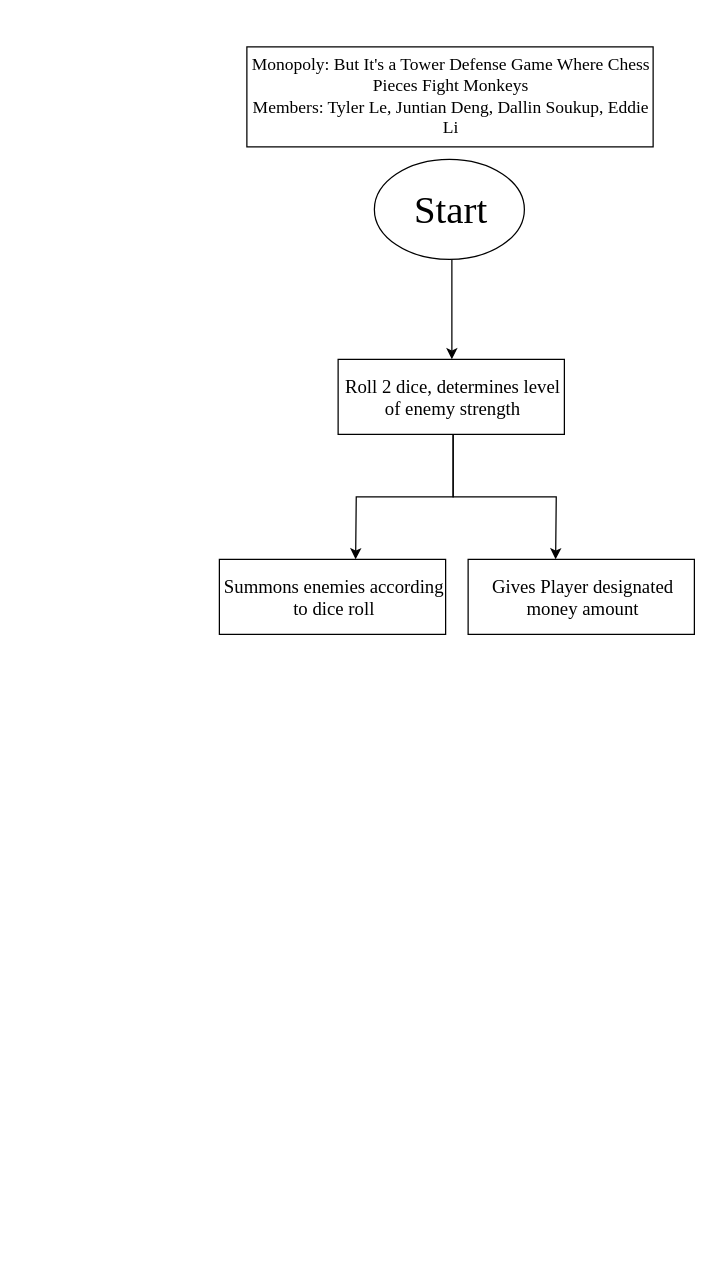
Before: images/class diagram.drawio in TylerLeCmd/MonopoLoonsChessTD6, a draw.io diagram. Source tidied: cells renumbered, new cells numbered last; positions are measured from the earlier drawing's top-left corner, leaving out a move shared by most shapes. Both pictures are drawn from the tidied source at 125%, with x=0, y=0 at pixel (219, 46).
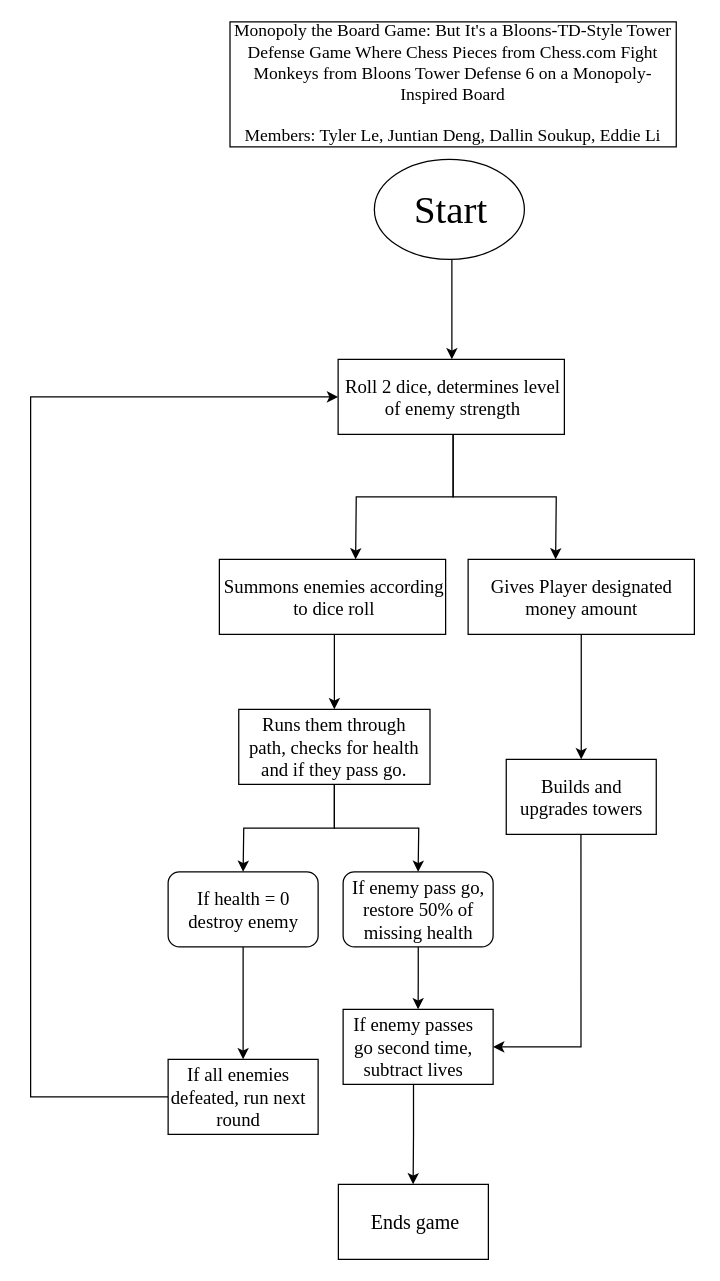
The same page after the edit.

The change refers to these unchanged cells:
```xml
<mxCell id="10" value="&lt;font style=&quot;font-size: 15px;&quot; face=&quot;Times New Roman&quot;&gt;Roll 2 dice, determines level of enemy strength&lt;/font&gt;" style="text;html=1;strokeColor=none;fillColor=none;align=center;verticalAlign=middle;whiteSpace=wrap;rounded=0;" parent="1" vertex="1">
  <mxGeometry x="95" y="250" width="184" height="60" as="geometry" />
</mxCell>
<mxCell id="12" value="&lt;font face=&quot;Times New Roman&quot;&gt;&lt;span style=&quot;font-size: 15px;&quot;&gt;Summons enemies according to dice roll&lt;/span&gt;&lt;/font&gt;" style="text;html=1;strokeColor=none;fillColor=none;align=center;verticalAlign=middle;whiteSpace=wrap;rounded=0;" parent="1" vertex="1">
  <mxGeometry y="410" width="184" height="60" as="geometry" />
</mxCell>
```

Change to the diagram source:
```diff
@@
     <mxCell id="2" style="rounded=0;whiteSpace=wrap;html=1;" parent="1" vertex="1">
-      <mxGeometry x="22" width="325" height="80" as="geometry" />
+      <mxGeometry x="8.5" y="-20" width="357" height="100" as="geometry" />
     </mxCell>
-    <mxCell id="3" value="&lt;font face=&quot;Times New Roman&quot; style=&quot;font-size: 14px;&quot;&gt;Monopoly: But It's a Tower Defense Game Where Chess Pieces Fight Monkeys&lt;br&gt;Members: Tyler Le, Juntian Deng, Dallin Soukup, Eddie Li&lt;/font&gt;" style="text;html=1;strokeColor=none;fillColor=none;align=center;verticalAlign=middle;whiteSpace=wrap;rounded=0;" parent="1" vertex="1">
-      <mxGeometry x="22" width="327" height="80" as="geometry" />
+    <mxCell id="3" value="&lt;font face=&quot;Times New Roman&quot; style=&quot;font-size: 14px;&quot;&gt;Monopoly the Board Game: But It's a Bloons-TD-Style Tower Defense Game Where Chess Pieces from Chess.com Fight Monkeys from Bloons Tower Defense 6 on a Monopoly-Inspired Board&lt;br&gt;&lt;br&gt;Members: Tyler Le, Juntian Deng, Dallin Soukup, Eddie Li&lt;/font&gt;" style="text;html=1;strokeColor=none;fillColor=none;align=center;verticalAlign=middle;whiteSpace=wrap;rounded=0;" parent="1" vertex="1">
+      <mxGeometry x="9.2" y="-10" width="355.5" height="80" as="geometry" />
     </mxCell>
@@
+    <mxCell id="15" style="endArrow=classic;html=1;rounded=0;exitX=0.5;exitY=1;exitDx=0;exitDy=0;" parent="1" edge="1" source="12">
+      <mxGeometry relative="1" as="geometry">
+        <mxPoint x="92" y="530" as="targetPoint" />
+      </mxGeometry>
+    </mxCell>
+    <mxCell id="16" style="rounded=0;whiteSpace=wrap;html=1;" parent="1" vertex="1">
+      <mxGeometry x="15.5" y="530" width="153" height="60" as="geometry" />
+    </mxCell>
+    <mxCell id="17" style="edgeStyle=orthogonalEdgeStyle;rounded=0;jettySize=auto;html=1;" parent="1" edge="1" source="14">
+      <mxGeometry relative="1" as="geometry">
+        <mxPoint x="289.5" y="570" as="targetPoint" />
+      </mxGeometry>
+    </mxCell>
     <mxCell id="14" value="&lt;font face=&quot;Times New Roman&quot;&gt;&lt;span style=&quot;font-size: 15px;&quot;&gt;Gives Player designated money amount&lt;/span&gt;&lt;/font&gt;" style="text;html=1;strokeColor=none;fillColor=none;align=center;verticalAlign=middle;whiteSpace=wrap;rounded=0;" parent="1" vertex="1">
-      <mxGeometry x="199" y="410" width="184" height="60" as="geometry" />
+      <mxGeometry x="197.5" y="410" width="184" height="60" as="geometry" />
     </mxCell>
+    <mxCell id="18" style="edgeStyle=orthogonalEdgeStyle;rounded=0;jettySize=auto;html=1;" parent="1" edge="1" source="20">
+      <mxGeometry relative="1" as="geometry">
+        <mxPoint x="19" y="660" as="targetPoint" />
+      </mxGeometry>
+    </mxCell>
+    <mxCell id="19" style="edgeStyle=orthogonalEdgeStyle;rounded=0;jettySize=auto;html=1;exitX=0.5;exitY=1;exitDx=0;exitDy=0;" parent="1" edge="1" source="20">
+      <mxGeometry relative="1" as="geometry">
+        <mxPoint x="159" y="660" as="targetPoint" />
+      </mxGeometry>
+    </mxCell>
+    <mxCell id="20" value="&lt;font face=&quot;Times New Roman&quot;&gt;&lt;span style=&quot;font-size: 15px;&quot;&gt;Runs them through path, checks for health and if they pass go.&lt;/span&gt;&lt;/font&gt;" style="text;html=1;strokeColor=none;fillColor=none;align=center;verticalAlign=middle;whiteSpace=wrap;rounded=0;" parent="1" vertex="1">
+      <mxGeometry x="17" y="530" width="150" height="60" as="geometry" />
+    </mxCell>
+    <mxCell id="21" style="rounded=1;whiteSpace=wrap;html=1;" parent="1" vertex="1">
+      <mxGeometry x="-41" y="660" width="120" height="60" as="geometry" />
+    </mxCell>
+    <mxCell id="22" style="edgeStyle=orthogonalEdgeStyle;rounded=0;jettySize=auto;html=1;" parent="1" edge="1" source="23">
+      <mxGeometry relative="1" as="geometry">
+        <mxPoint x="19" y="810" as="targetPoint" />
+      </mxGeometry>
+    </mxCell>
+    <mxCell id="23" value="&lt;font face=&quot;Times New Roman&quot;&gt;&lt;span style=&quot;font-size: 15px;&quot;&gt;If health = 0&lt;br&gt;destroy enemy&lt;br&gt;&lt;/span&gt;&lt;/font&gt;" style="text;html=1;strokeColor=none;fillColor=none;align=center;verticalAlign=middle;whiteSpace=wrap;rounded=0;" parent="1" vertex="1">
+      <mxGeometry x="-37.2" y="660" width="112.5" height="60" as="geometry" />
+    </mxCell>
+    <mxCell id="24" style="rounded=1;whiteSpace=wrap;html=1;" parent="1" vertex="1">
+      <mxGeometry x="99" y="660" width="120" height="60" as="geometry" />
+    </mxCell>
+    <mxCell id="25" style="edgeStyle=orthogonalEdgeStyle;rounded=0;jettySize=auto;html=1;" parent="1" edge="1" source="26">
+      <mxGeometry relative="1" as="geometry">
+        <mxPoint x="159" y="770" as="targetPoint" />
+      </mxGeometry>
+    </mxCell>
+    <mxCell id="26" value="&lt;font face=&quot;Times New Roman&quot;&gt;&lt;span style=&quot;font-size: 15px;&quot;&gt;If enemy pass go,&lt;br&gt;restore 50% of missing health&lt;br&gt;&lt;/span&gt;&lt;/font&gt;" style="text;html=1;strokeColor=none;fillColor=none;align=center;verticalAlign=middle;whiteSpace=wrap;rounded=0;" parent="1" vertex="1">
+      <mxGeometry x="102.8" y="660" width="112.5" height="60" as="geometry" />
+    </mxCell>
+    <mxCell id="27" style="rounded=0;whiteSpace=wrap;html=1;" parent="1" vertex="1">
+      <mxGeometry x="229.5" y="570" width="120" height="60" as="geometry" />
+    </mxCell>
+    <mxCell id="28" style="edgeStyle=orthogonalEdgeStyle;rounded=0;jettySize=auto;html=1;exitX=0.5;exitY=1;exitDx=0;exitDy=0;" parent="1" edge="1" source="29">
+      <mxGeometry relative="1" as="geometry">
+        <mxPoint x="219" y="800" as="targetPoint" />
+        <Array as="points">
+          <mxPoint x="289" y="800" />
+          <mxPoint x="219" y="800" />
+        </Array>
+      </mxGeometry>
+    </mxCell>
+    <mxCell id="29" value="&lt;font face=&quot;Times New Roman&quot;&gt;&lt;span style=&quot;font-size: 15px;&quot;&gt;Builds and upgrades towers&lt;/span&gt;&lt;/font&gt;" style="text;html=1;strokeColor=none;fillColor=none;align=center;verticalAlign=middle;whiteSpace=wrap;rounded=0;" parent="1" vertex="1">
+      <mxGeometry x="229.5" y="570" width="119.5" height="60" as="geometry" />
+    </mxCell>
+    <mxCell id="30" style="rounded=0;whiteSpace=wrap;html=1;" parent="1" vertex="1">
+      <mxGeometry x="99" y="770" width="120" height="60" as="geometry" />
+    </mxCell>
+    <mxCell id="31" style="edgeStyle=orthogonalEdgeStyle;rounded=0;jettySize=auto;html=1;" parent="1" edge="1" source="32">
+      <mxGeometry relative="1" as="geometry">
+        <mxPoint x="155" y="910" as="targetPoint" />
+      </mxGeometry>
+    </mxCell>
+    <mxCell id="32" value="&lt;font face=&quot;Times New Roman&quot;&gt;&lt;span style=&quot;font-size: 15px;&quot;&gt;If enemy passes go second time, subtract lives&lt;br&gt;&lt;/span&gt;&lt;/font&gt;" style="text;html=1;strokeColor=none;fillColor=none;align=center;verticalAlign=middle;whiteSpace=wrap;rounded=0;" parent="1" vertex="1">
+      <mxGeometry x="99" y="770" width="112.5" height="60" as="geometry" />
+    </mxCell>
+    <mxCell id="33" style="rounded=0;whiteSpace=wrap;html=1;" parent="1" vertex="1">
+      <mxGeometry x="-41" y="810" width="120" height="60" as="geometry" />
+    </mxCell>
+    <mxCell id="34" style="edgeStyle=orthogonalEdgeStyle;rounded=0;jettySize=auto;html=1;entryX=0;entryY=0.5;entryDx=0;entryDy=0;" parent="1" edge="1" source="35" target="10">
+      <mxGeometry relative="1" as="geometry">
+        <Array as="points">
+          <mxPoint x="-151" y="840" />
+          <mxPoint x="-151" y="280" />
+        </Array>
+      </mxGeometry>
+    </mxCell>
+    <mxCell id="35" value="&lt;font face=&quot;Times New Roman&quot;&gt;&lt;span style=&quot;font-size: 15px;&quot;&gt;If all enemies defeated, run next round&lt;br&gt;&lt;/span&gt;&lt;/font&gt;" style="text;html=1;strokeColor=none;fillColor=none;align=center;verticalAlign=middle;whiteSpace=wrap;rounded=0;" parent="1" vertex="1">
+      <mxGeometry x="-41" y="810" width="112.5" height="60" as="geometry" />
+    </mxCell>
+    <mxCell id="36" style="rounded=0;whiteSpace=wrap;html=1;" parent="1" vertex="1">
+      <mxGeometry x="95.2" y="910" width="120" height="60" as="geometry" />
+    </mxCell>
+    <mxCell id="37" value="&lt;font style=&quot;font-size: 16px;&quot; face=&quot;Times New Roman&quot;&gt;Ends game&lt;/font&gt;" style="text;html=1;strokeColor=none;fillColor=none;align=center;verticalAlign=middle;whiteSpace=wrap;rounded=0;" parent="1" vertex="1">
+      <mxGeometry x="95" y="910" width="124" height="60" as="geometry" />
+    </mxCell>
```
